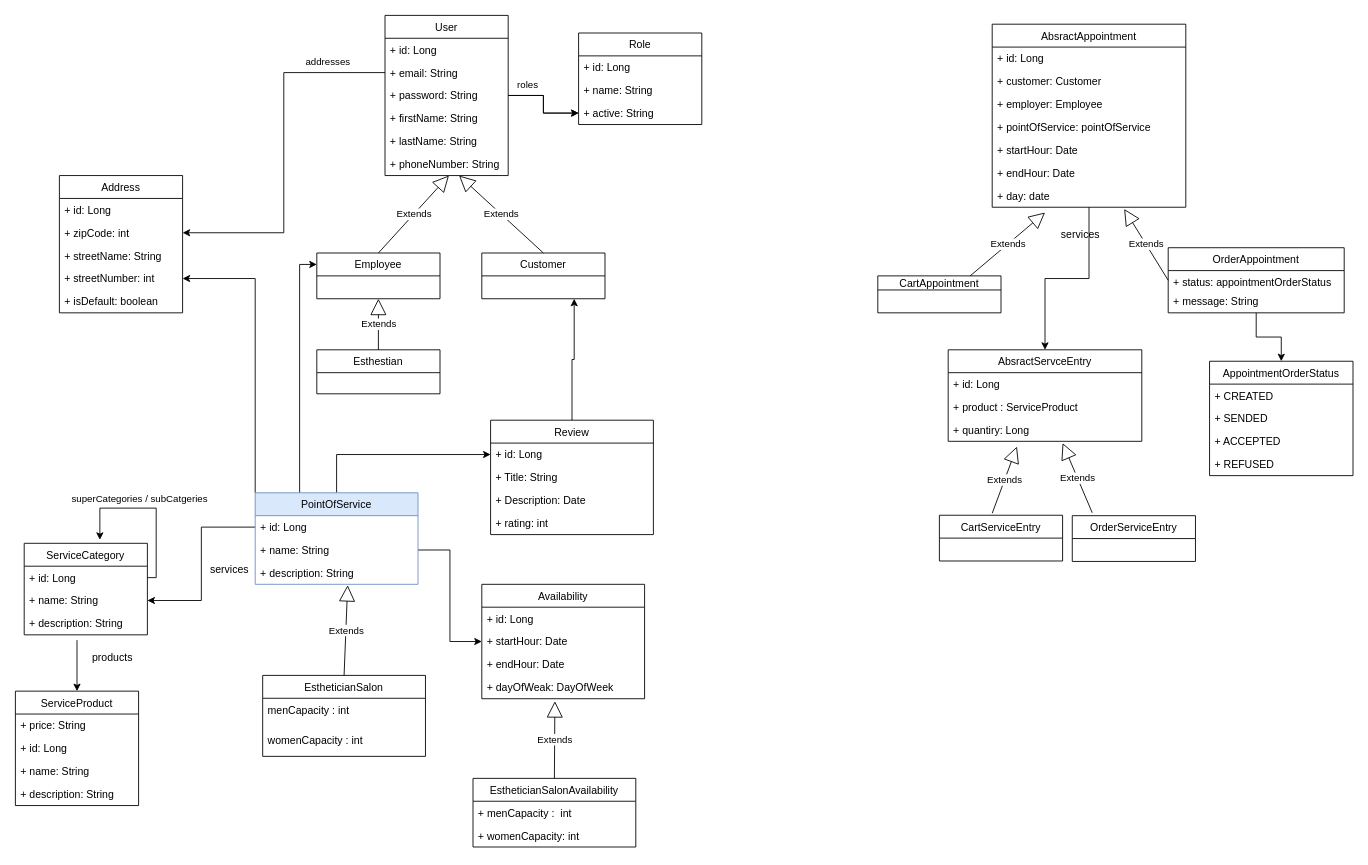
elaissoussi/draw.io keeps this draw.io diagram as wecoif - enteties diagram.drawio. Above is the earlier version. Source tidied: cells renumbered, new cells numbered last; positions are measured from the earlier drawing's top-left corner, leaving out a move shared by most shapes. Both pictures are drawn from the tidied source at 88%, with x=0, y=0 at pixel (15, 15).
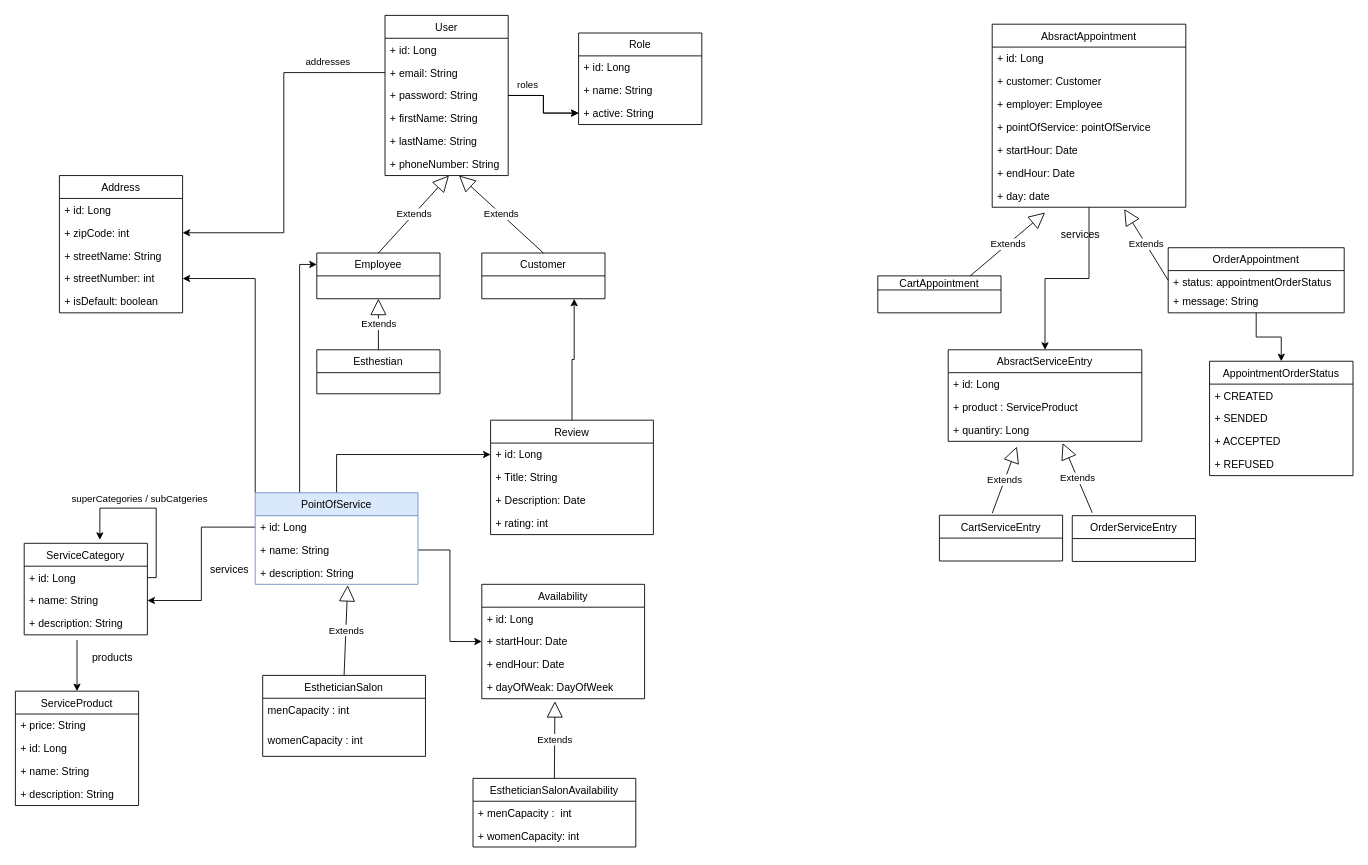
After the change.

Diff of the diagram source:
```diff
@@
-    <mxCell id="82" value="AbsractServceEntry" style="swimlane;fontStyle=0;horizontal=1;startSize=26;fillColor=none;" parent="1" vertex="1">
+    <mxCell id="82" value="AbsractServiceEntry" style="swimlane;fontStyle=0;horizontal=1;startSize=26;fillColor=none;" parent="1" vertex="1">
       <mxGeometry x="1060" y="380" width="220" height="104" as="geometry" />
     </mxCell>
```
